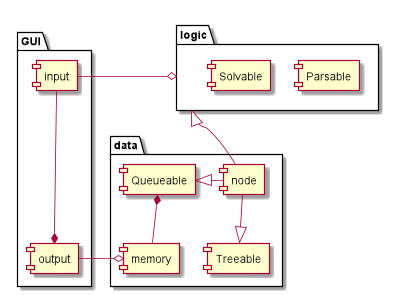
vitalispopoff/calculator keeps this PlantUML diagram as src/docs/UML/architecture.png. Above is the earlier version.
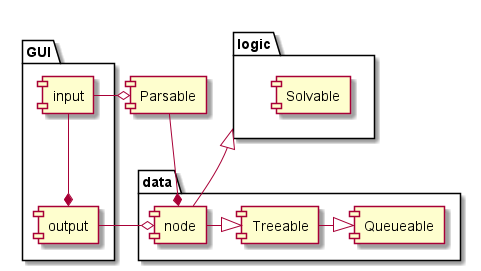
The same file after the commit.

Commit message:
ready to implement gui and parsable

Diff of the diagram source:
```diff
@@ -6,26 +6,28 @@
 }
 
 package logic {
-    component Parsable
+
     component Solvable
 
 }
 
 package data {
-    component memory
     component Queueable
     component Treeable
     component node
 }
 
-[input]     -right-o    logic
+component Parsable
+
+[input]     -right-o    [Parsable]
+[Parsable] -down-* [node]
 logic       <|-down-    [node]
-[output]    *-up--      [input]
-[output]    -right-o    [memory]
+[output]    *-up-      [input]
+[output]    -right-o    [node]
 
-[Queueable] *-down-     [memory]
 
-[node]  -left-|>    [Queueable]
-[node]  -down-|>    [Treeable]
+[Queueable] <|-left- [Treeable]
+
+[node]  -right-|>    [Treeable]
 
 @enduml
```
